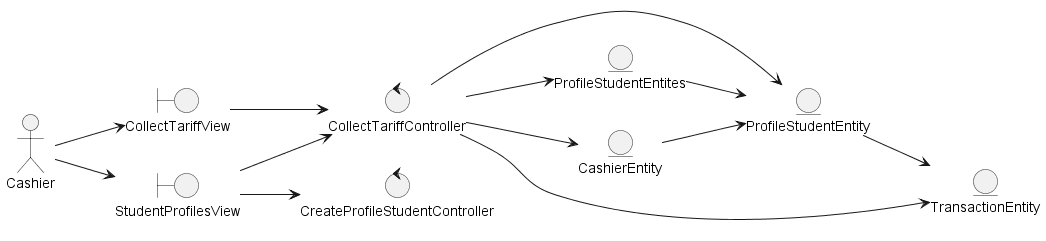
This is out/DesignView/AnalysisView/UseCaseAnalysis/CU03.CollectTariffs/Classes.CU03.Analysis.png from wsmcbl/wsmcbl.doc, a PlantUML export, as it was before one commit.
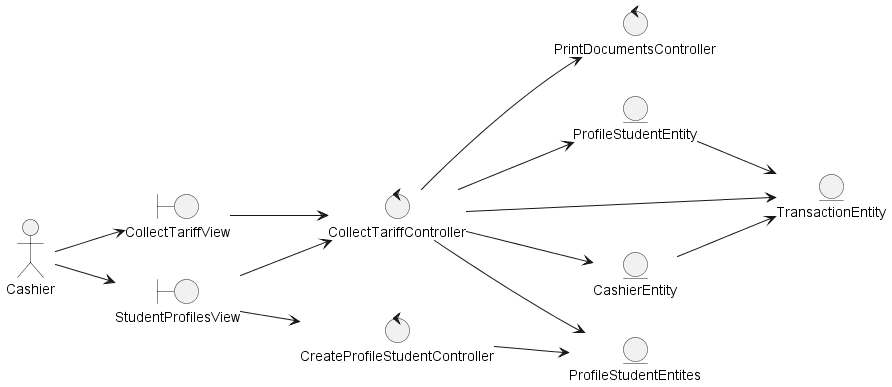
The same file after the commit.

What changed in the source:
```diff
@@ -8,6 +8,7 @@
 
 control CollectTariffController
 control CreateProfileStudentController
+control PrintDocumentsController
 
 entity ProfileStudentEntity
 entity ProfileStudentEntites
@@ -26,8 +27,9 @@
 CollectTariffController --> ProfileStudentEntity
 CollectTariffController --> TransactionEntity
 CollectTariffController --> CashierEntity
+CollectTariffController --> PrintDocumentsController
+CreateProfileStudentController --> ProfileStudentEntites
 
 ProfileStudentEntity --> TransactionEntity
-CashierEntity --> ProfileStudentEntity
-ProfileStudentEntites --> ProfileStudentEntity
+CashierEntity --> TransactionEntity
 @enduml
```
